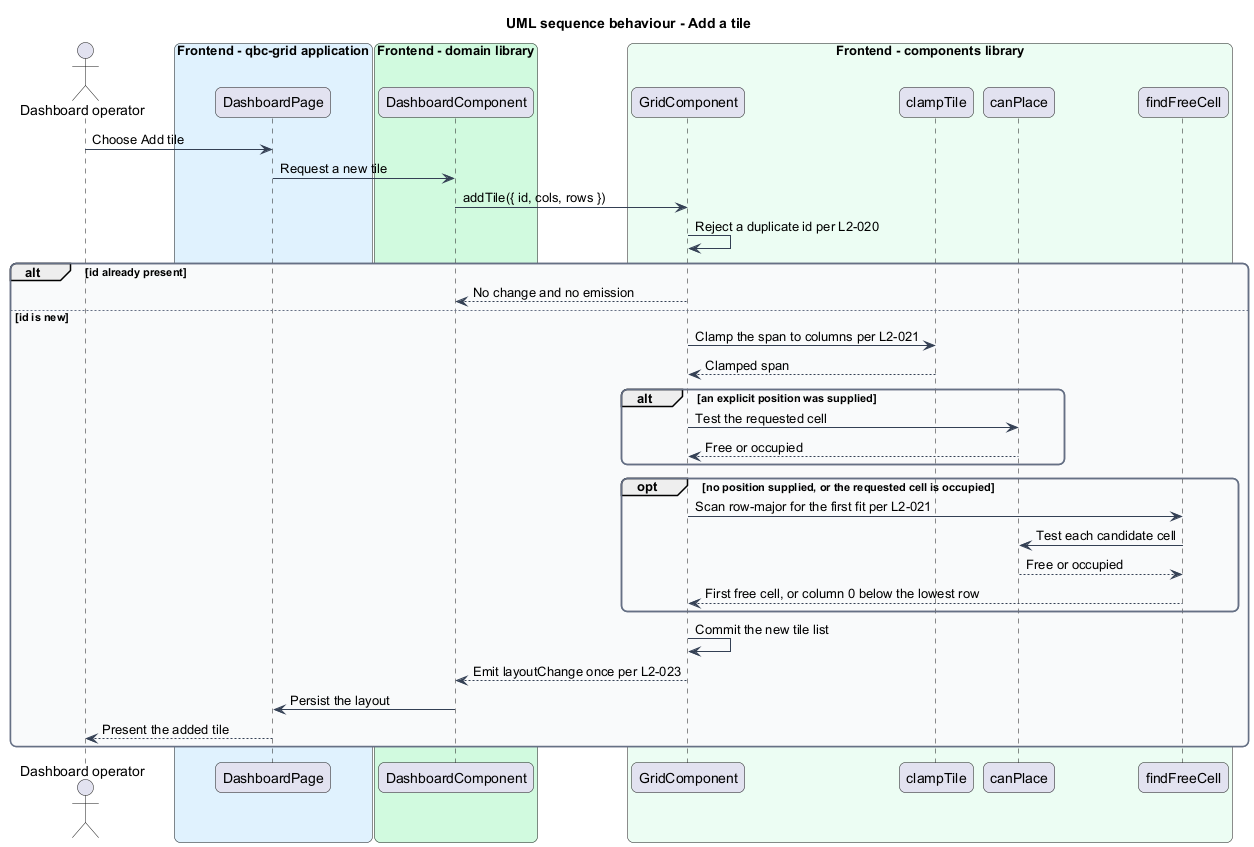
Above: docs/detailed-designs/grid-layout/add-and-remove-tiles/diagrams/sequence-add-tile.png in QuinntyneBrown/qbc-grid (PlantUML), before the change. The source it was exported from:
```plantuml
@startuml
title UML sequence behaviour - Add a tile
skinparam backgroundColor #FFFFFF
skinparam shadowing false
skinparam roundcorner 12
skinparam defaultFontName Arial
skinparam ArrowColor #344054
skinparam rectangle {
  BorderColor #344054
  FontColor #101828
}
skinparam package {
  BorderColor #667085
  FontColor #101828
  BackgroundColor #F9FAFB
}
actor "Dashboard operator" as actor
box "Frontend - qbc-grid application" #E0F2FE
  participant "DashboardPage" as page
end box
box "Frontend - domain library" #D1FADF
  participant "DashboardComponent" as dashboard
end box
box "Frontend - components library" #ECFDF3
  participant "GridComponent" as grid
  participant "clampTile" as clamp
  participant "canPlace" as canplace
  participant "findFreeCell" as find
end box

actor -> page : Choose Add tile
page -> dashboard : Request a new tile
dashboard -> grid : addTile({ id, cols, rows })
grid -> grid : Reject a duplicate id per L2-020
alt id already present
  grid --> dashboard : No change and no emission
else id is new
  grid -> clamp : Clamp the span to columns per L2-021
  clamp --> grid : Clamped span
  alt an explicit position was supplied
    grid -> canplace : Test the requested cell
    canplace --> grid : Free or occupied
  end
  opt no position supplied, or the requested cell is occupied
    grid -> find : Scan row-major for the first fit per L2-021
    find -> canplace : Test each candidate cell
    canplace --> find : Free or occupied
    find --> grid : First free cell, or column 0 below the lowest row
  end
  grid -> grid : Commit the new tile list
  grid --> dashboard : Emit layoutChange once per L2-023
  dashboard -> page : Persist the layout
  page --> actor : Present the added tile
end
@enduml
```
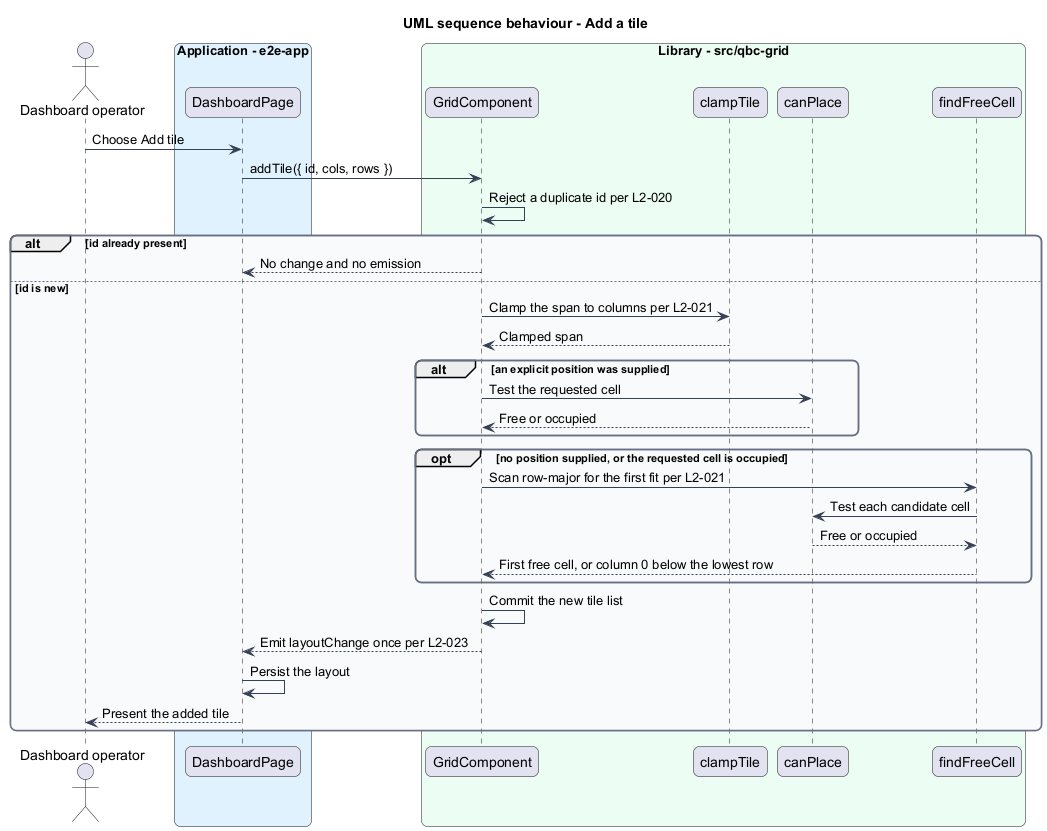
After the commit.

Change to the diagram source:
```diff
@@ -15,13 +15,10 @@
   BackgroundColor #F9FAFB
 }
 actor "Dashboard operator" as actor
-box "Frontend - qbc-grid application" #E0F2FE
+box "Application - e2e-app" #E0F2FE
   participant "DashboardPage" as page
 end box
-box "Frontend - domain library" #D1FADF
-  participant "DashboardComponent" as dashboard
-end box
-box "Frontend - components library" #ECFDF3
+box "Library - src/qbc-grid" #ECFDF3
   participant "GridComponent" as grid
   participant "clampTile" as clamp
   participant "canPlace" as canplace
@@ -29,11 +26,10 @@
 end box
 
 actor -> page : Choose Add tile
-page -> dashboard : Request a new tile
-dashboard -> grid : addTile({ id, cols, rows })
+page -> grid : addTile({ id, cols, rows })
 grid -> grid : Reject a duplicate id per L2-020
 alt id already present
-  grid --> dashboard : No change and no emission
+  grid --> page : No change and no emission
 else id is new
   grid -> clamp : Clamp the span to columns per L2-021
   clamp --> grid : Clamped span
@@ -48,8 +44,8 @@
     find --> grid : First free cell, or column 0 below the lowest row
   end
   grid -> grid : Commit the new tile list
-  grid --> dashboard : Emit layoutChange once per L2-023
-  dashboard -> page : Persist the layout
+  grid --> page : Emit layoutChange once per L2-023
+  page -> page : Persist the layout
   page --> actor : Present the added tile
 end
 @enduml
```
